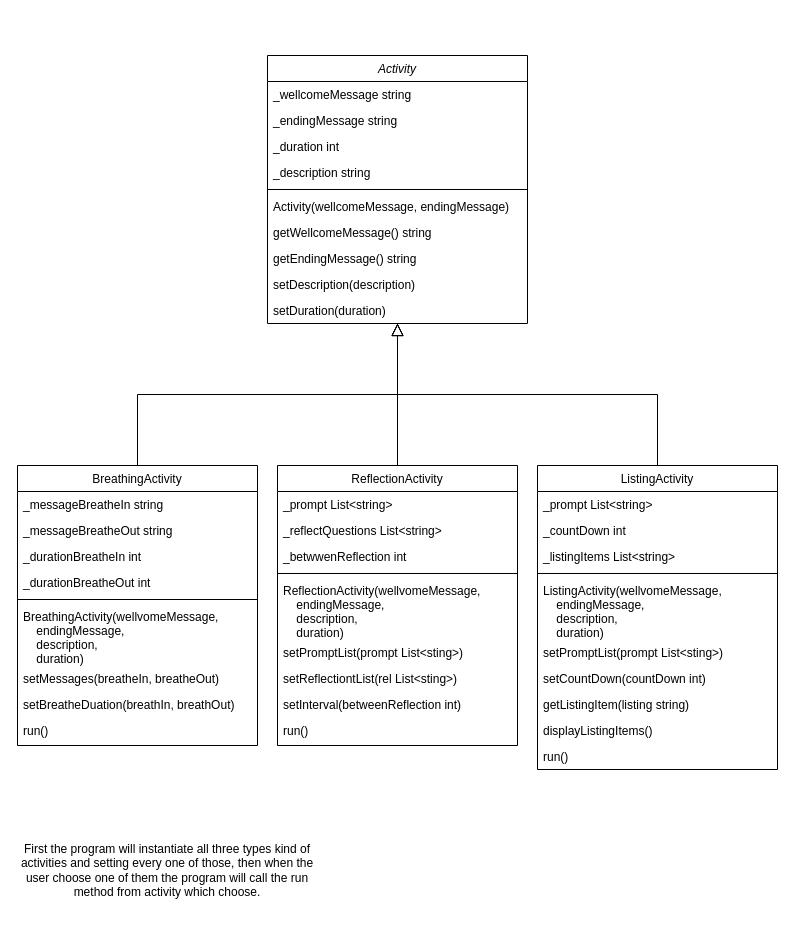
Above: assets/MindfulnessProject.drawio in neorgon/cse210-hw (draw.io), before the change. Source tidied: cells renumbered, new cells numbered last; positions are measured from the earlier drawing's top-left corner, leaving out a move shared by most shapes. Both pictures are drawn from the tidied source at 100%, with x=0, y=0 at pixel (17, 55).
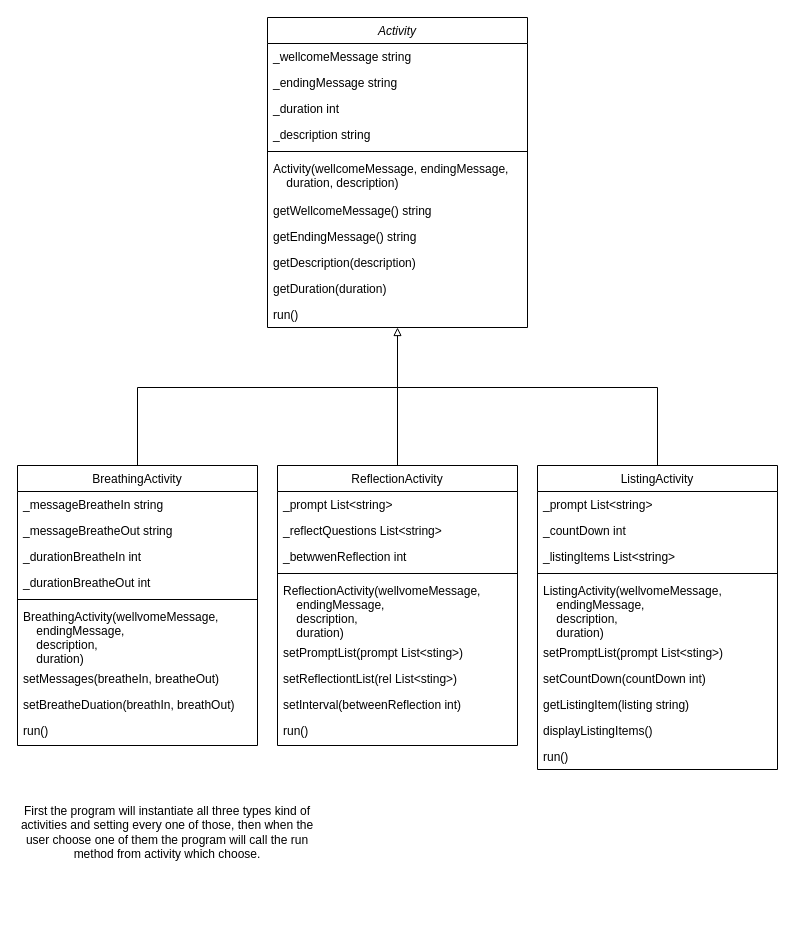
Above is the later version.

Commit message:
Update Activity class

Unchanged cells that the change refers to:
```xml
<mxCell id="13" value="BreathingActivity" style="swimlane;fontStyle=0;align=center;verticalAlign=top;horizontal=1;startSize=26;rounded=0;shadow=0;strokeWidth=1;" parent="1" vertex="1">
  <mxGeometry y="410" width="240" height="280" as="geometry" />
</mxCell>
<mxCell id="25" value="ReflectionActivity" style="swimlane;fontStyle=0;align=center;verticalAlign=top;horizontal=1;startSize=26;rounded=0;shadow=0;strokeWidth=1;" parent="1" vertex="1">
  <mxGeometry x="260" y="410" width="240" height="280" as="geometry" />
</mxCell>
<mxCell id="36" value="ListingActivity" style="swimlane;fontStyle=0;align=center;verticalAlign=top;horizontal=1;startSize=26;rounded=0;shadow=0;strokeWidth=1;" parent="1" vertex="1">
  <mxGeometry x="520" y="410" width="240" height="304" as="geometry" />
</mxCell>
```

Change to the diagram source:
```diff
@@
     <mxCell id="2" value="Activity" style="swimlane;fontStyle=2;align=center;verticalAlign=top;horizontal=1;startSize=26;rounded=0;shadow=0;strokeWidth=1;" parent="1" vertex="1">
-      <mxGeometry x="250" width="260" height="268" as="geometry" />
+      <mxGeometry x="250" y="-38" width="260" height="310" as="geometry" />
     </mxCell>
@@
-    <mxCell id="8" value="Activity(wellcomeMessage, endingMessage)" style="text;align=left;verticalAlign=top;spacingLeft=4;spacingRight=4;overflow=hidden;" parent="2" vertex="1">
-      <mxGeometry y="138" width="260" height="26" as="geometry" />
+    <mxCell id="8" value="Activity(wellcomeMessage, endingMessage,&#10;    duration, description)" style="text;align=left;verticalAlign=top;spacingLeft=4;spacingRight=4;overflow=hidden;" parent="2" vertex="1">
+      <mxGeometry y="138" width="260" height="42" as="geometry" />
     </mxCell>
     <mxCell id="9" value="getWellcomeMessage() string" style="text;align=left;verticalAlign=top;spacingLeft=4;spacingRight=4;overflow=hidden;" parent="2" vertex="1">
-      <mxGeometry y="164" width="260" height="26" as="geometry" />
+      <mxGeometry y="180" width="260" height="26" as="geometry" />
     </mxCell>
     <mxCell id="10" value="getEndingMessage() string" style="text;align=left;verticalAlign=top;spacingLeft=4;spacingRight=4;overflow=hidden;" parent="2" vertex="1">
-      <mxGeometry y="190" width="260" height="26" as="geometry" />
+      <mxGeometry y="206" width="260" height="26" as="geometry" />
     </mxCell>
-    <mxCell id="11" value="setDescription(description)" style="text;align=left;verticalAlign=top;spacingLeft=4;spacingRight=4;overflow=hidden;" parent="2" vertex="1">
-      <mxGeometry y="216" width="260" height="26" as="geometry" />
+    <mxCell id="11" value="getDescription(description)" style="text;align=left;verticalAlign=top;spacingLeft=4;spacingRight=4;overflow=hidden;" parent="2" vertex="1">
+      <mxGeometry y="232" width="260" height="26" as="geometry" />
     </mxCell>
-    <mxCell id="12" value="setDuration(duration)" style="text;align=left;verticalAlign=top;spacingLeft=4;spacingRight=4;overflow=hidden;points=[[0,0.5],[1,0.5]];portConstraint=eastwest;" parent="2" vertex="1">
-      <mxGeometry y="242" width="260" height="26" as="geometry" />
+    <mxCell id="12" value="getDuration(duration)" style="text;align=left;verticalAlign=top;spacingLeft=4;spacingRight=4;overflow=hidden;points=[[0,0.5],[1,0.5]];portConstraint=eastwest;" parent="2" vertex="1">
+      <mxGeometry y="258" width="260" height="26" as="geometry" />
     </mxCell>
+    <mxCell id="48" value="run()" style="text;align=left;verticalAlign=top;spacingLeft=4;spacingRight=4;overflow=hidden;points=[[0,0.5],[1,0.5]];portConstraint=eastwest;" parent="2" vertex="1">
+      <mxGeometry y="284" width="260" height="26" as="geometry" />
+    </mxCell>
+    <mxCell id="49" style="edgeStyle=elbowEdgeStyle;rounded=0;jettySize=auto;html=1;exitX=0.5;exitY=0;exitDx=0;exitDy=0;endArrow=none;endFill=0;" parent="1" edge="1" source="13">
+      <mxGeometry relative="1" as="geometry">
+        <mxPoint x="380" y="332" as="targetPoint" />
+        <Array as="points">
+          <mxPoint x="120" y="362" />
+        </Array>
+      </mxGeometry>
+    </mxCell>
@@
-    <mxCell id="23" style="endArrow=block;endSize=10;endFill=0;shadow=0;strokeWidth=1;rounded=0;edgeStyle=elbowEdgeStyle;elbow=vertical;" parent="1" edge="1" source="13" target="2">
-      <mxGeometry relative="1" as="geometry" />
-    </mxCell>
-    <mxCell id="24" style="endArrow=block;endSize=10;endFill=0;shadow=0;strokeWidth=1;rounded=0;edgeStyle=elbowEdgeStyle;elbow=vertical;exitX=0.5;exitY=0;exitDx=0;exitDy=0;" parent="1" edge="1" source="25" target="12">
-      <mxGeometry relative="1" as="geometry" />
-    </mxCell>
+    <mxCell id="50" style="edgeStyle=elbowEdgeStyle;rounded=0;jettySize=auto;html=1;endArrow=block;endFill=0;" parent="1" edge="1" source="25" target="48">
+      <mxGeometry relative="1" as="geometry">
+        <Array as="points">
+          <mxPoint x="380" y="332" />
+        </Array>
+      </mxGeometry>
+    </mxCell>
@@
-    <mxCell id="35" style="edgeStyle=elbowEdgeStyle;rounded=0;jettySize=auto;html=1;exitX=0.5;exitY=0;exitDx=0;exitDy=0;endArrow=block;endFill=0;elbow=vertical;endSize=10;" parent="1" edge="1" source="36" target="12">
-      <mxGeometry relative="1" as="geometry" />
-    </mxCell>
+    <mxCell id="51" style="edgeStyle=elbowEdgeStyle;rounded=0;jettySize=auto;html=1;endArrow=none;endFill=0;" parent="1" edge="1" source="36">
+      <mxGeometry relative="1" as="geometry">
+        <mxPoint x="380" y="332" as="targetPoint" />
+        <Array as="points">
+          <mxPoint x="640" y="372" />
+        </Array>
+      </mxGeometry>
+    </mxCell>
@@
     <mxCell id="47" value="First the program will instantiate all three types kind of activities and setting every one of those, then when the user choose one of them the program will call the run method from activity which choose." style="text;html=1;strokeColor=none;fillColor=none;align=center;verticalAlign=middle;whiteSpace=wrap;rounded=0;" parent="1" vertex="1">
-      <mxGeometry y="770" width="300" height="90" as="geometry" />
+      <mxGeometry y="732" width="300" height="90" as="geometry" />
     </mxCell>
```
